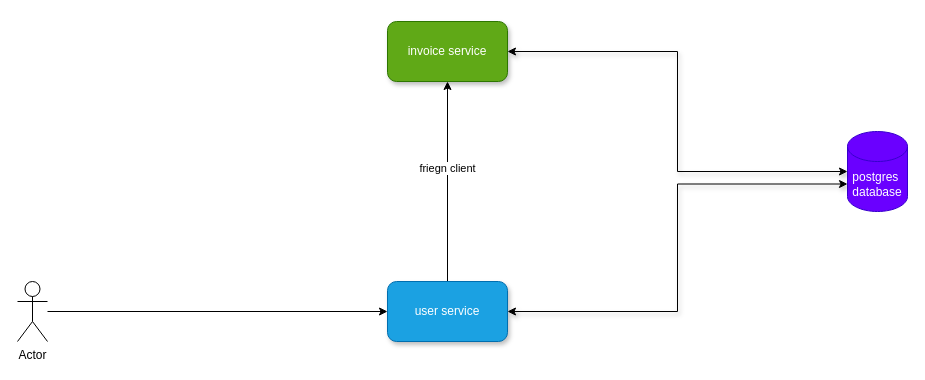
This is docs/microservice.drawio from ccweerasinghe1994/microservices-project, a draw.io file, before an edit. Source tidied: cells renumbered, new cells numbered last; positions are measured from the earlier drawing's top-left corner, leaving out a move shared by most shapes. Both pictures are drawn from the tidied source at 100%, with x=0, y=0 at pixel (17, 21).
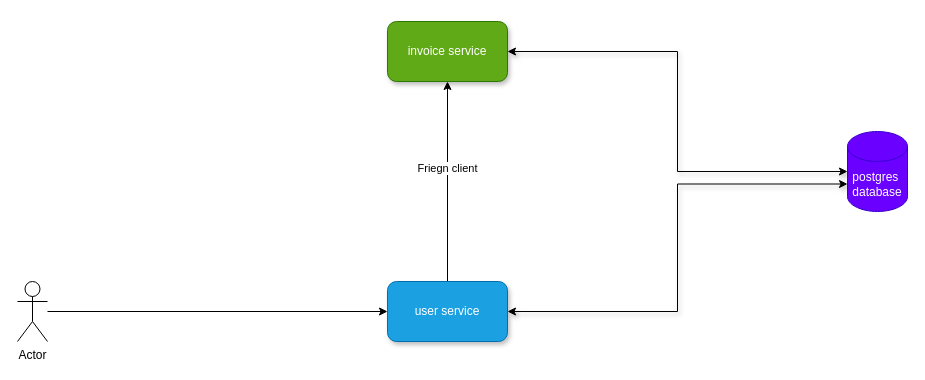
After the change.

Commit message (it also covers changes not shown here):
configuring openfeign

Change to the diagram source:
```diff
@@
 <mxGraphModel>
   <root>
     <mxCell id="0" />
     <mxCell id="1" parent="0" />
     <mxCell id="2" style="edgeStyle=orthogonalEdgeStyle;rounded=0;jettySize=auto;html=1;flowAnimation=1;" parent="1" edge="1" source="4" target="5">
       <mxGeometry relative="1" as="geometry" />
     </mxCell>
-    <mxCell id="3" value="friegn client" style="edgeLabel;html=1;align=center;verticalAlign=middle;" parent="2" vertex="1">
+    <mxCell id="3" value="Friegn client" style="edgeLabel;html=1;align=center;verticalAlign=middle;" parent="2" vertex="1">
       <mxGeometry x="0.14" y="1" relative="1" as="geometry" />
     </mxCell>
     <mxCell id="4" value="user service" style="rounded=1;whiteSpace=wrap;html=1;fillColor=#1ba1e2;fontColor=#ffffff;strokeColor=#006EAF;shadow=1;" parent="1" vertex="1">
       <mxGeometry x="370" y="260" width="120" height="60" as="geometry" />
     </mxCell>
     <mxCell id="5" value="invoice service" style="rounded=1;whiteSpace=wrap;html=1;fillColor=#60a917;fontColor=#ffffff;strokeColor=#2D7600;fillStyle=auto;glass=0;shadow=1;" parent="1" vertex="1">
       <mxGeometry x="370" width="120" height="60" as="geometry" />
     </mxCell>
     <mxCell id="6" value="postgres&amp;nbsp;&lt;div&gt;database&lt;/div&gt;" style="shape=cylinder3;whiteSpace=wrap;html=1;boundedLbl=1;backgroundOutline=1;size=15;fillColor=#6a00ff;fontColor=#ffffff;strokeColor=#3700CC;" parent="1" vertex="1">
       <mxGeometry x="830" y="110" width="60" height="80" as="geometry" />
     </mxCell>
     <mxCell id="7" style="edgeStyle=orthogonalEdgeStyle;rounded=0;jettySize=auto;html=1;entryX=0;entryY=0.5;entryDx=0;entryDy=0;entryPerimeter=0;flowAnimation=1;shadow=1;flowAnimationDirection=alternate;startArrow=classic;startFill=1;" parent="1" edge="1" source="5" target="6">
       <mxGeometry relative="1" as="geometry" />
     </mxCell>
     <mxCell id="8" style="edgeStyle=orthogonalEdgeStyle;rounded=0;jettySize=auto;html=1;entryX=0;entryY=0;entryDx=0;entryDy=52.5;entryPerimeter=0;flowAnimation=1;shadow=1;startArrow=classic;startFill=1;" parent="1" edge="1" source="4" target="6">
       <mxGeometry relative="1" as="geometry" />
     </mxCell>
     <mxCell id="9" style="rounded=0;jettySize=auto;html=1;entryX=0;entryY=0.5;entryDx=0;entryDy=0;" parent="1" edge="1" source="10" target="4">
       <mxGeometry relative="1" as="geometry" />
     </mxCell>
     <mxCell id="10" value="Actor" style="shape=umlActor;verticalLabelPosition=bottom;verticalAlign=top;html=1;outlineConnect=0;" parent="1" vertex="1">
       <mxGeometry y="260" width="30" height="60" as="geometry" />
     </mxCell>
   </root>
 </mxGraphModel>
```
